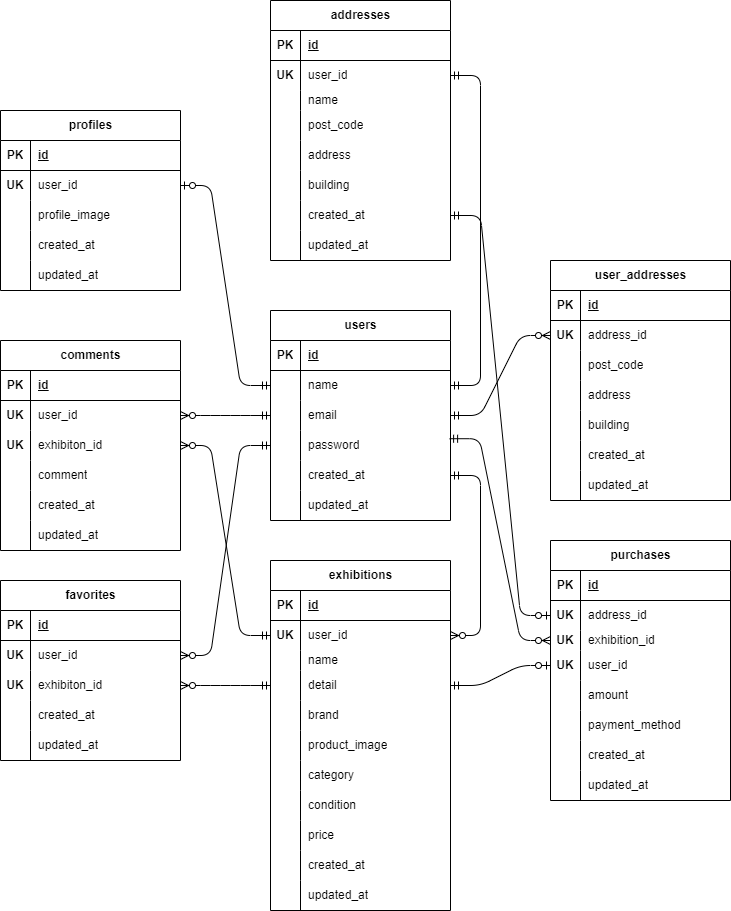
This is freemarket.drawio.png from kameda11/free-market3, a draw.io export, as it was before one commit. Source tidied: cells renumbered, new cells last; positions are measured from the earlier drawing's top-left corner, leaving out a move shared by most shapes.
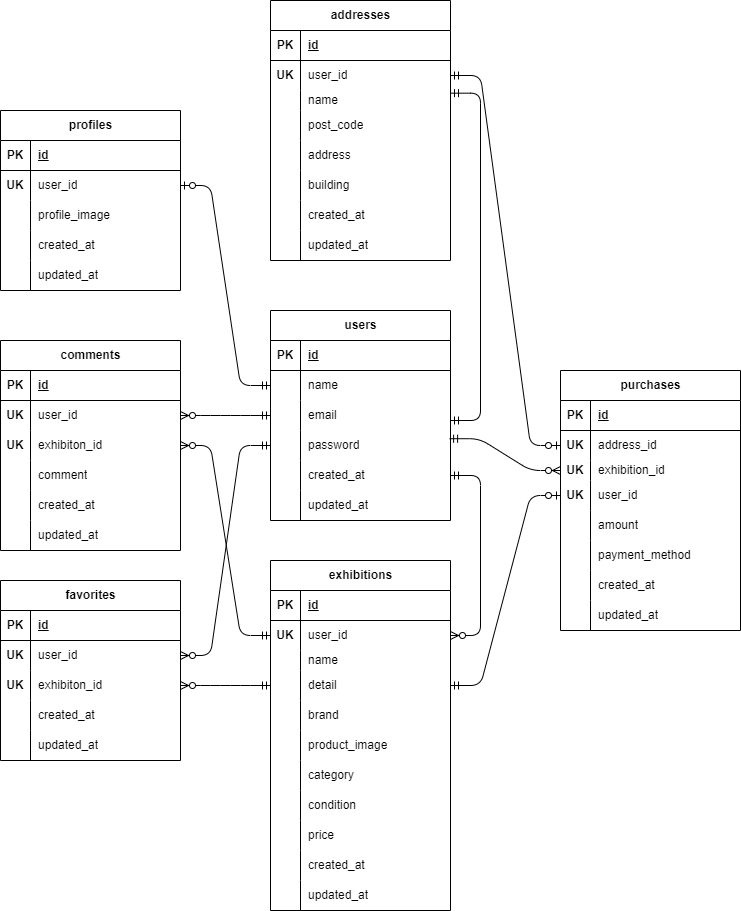
After the change.

Diff of the diagram source:
```diff
@@ -187,72 +187,6 @@
         <mxPoint x="450" y="475" as="sourcePoint" />
       </mxGeometry>
     </mxCell>
-    <mxCell id="63" value="user_addresses" style="shape=table;startSize=30;rowLines=0;fontStyle=1;align=center;html=1;" parent="1" vertex="1">
-      <mxGeometry x="550" y="260" width="180" height="240" as="geometry" />
-    </mxCell>
-    <mxCell id="64" style="shape=tableRow;horizontal=0;startSize=0;swimlaneHead=0;swimlaneBody=0;fillColor=none;top=0;left=0;right=0;bottom=1;" parent="63" vertex="1">
-      <mxGeometry y="30" width="180" height="30" as="geometry" />
-    </mxCell>
-    <mxCell id="65" value="PK" style="shape=partialRectangle;fillColor=none;top=0;left=0;bottom=0;right=0;fontStyle=1;overflow=hidden;whiteSpace=wrap;html=1;" parent="64" vertex="1">
-      <mxGeometry width="30" height="30" as="geometry" />
-    </mxCell>
-    <mxCell id="66" value="id" style="shape=partialRectangle;fillColor=none;top=0;left=0;bottom=0;right=0;align=left;spacingLeft=6;fontStyle=5;overflow=hidden;whiteSpace=wrap;html=1;" parent="64" vertex="1">
-      <mxGeometry x="30" width="150" height="30" as="geometry" />
-    </mxCell>
-    <mxCell id="67" style="shape=tableRow;horizontal=0;startSize=0;swimlaneHead=0;swimlaneBody=0;fillColor=none;points=[[0,0.5],[1,0.5]];portConstraint=eastwest;top=0;left=0;right=0;bottom=0;" parent="63" vertex="1">
-      <mxGeometry y="60" width="180" height="30" as="geometry" />
-    </mxCell>
-    <mxCell id="68" value="&lt;b&gt;UK&lt;/b&gt;" style="shape=partialRectangle;fillColor=none;top=0;left=0;bottom=0;right=0;overflow=hidden;whiteSpace=wrap;html=1;" parent="67" vertex="1">
-      <mxGeometry width="30" height="30" as="geometry" />
-    </mxCell>
-    <mxCell id="69" value="address_id" style="shape=partialRectangle;fillColor=none;top=0;left=0;bottom=0;right=0;align=left;spacingLeft=6;overflow=hidden;whiteSpace=wrap;html=1;" parent="67" vertex="1">
-      <mxGeometry x="30" width="150" height="30" as="geometry" />
-    </mxCell>
-    <mxCell id="70" style="shape=tableRow;horizontal=0;startSize=0;swimlaneHead=0;swimlaneBody=0;fillColor=none;top=0;left=0;right=0;bottom=0;" parent="63" vertex="1">
-      <mxGeometry y="90" width="180" height="30" as="geometry" />
-    </mxCell>
-    <mxCell id="71" style="shape=partialRectangle;fillColor=none;top=0;left=0;bottom=0;right=0;overflow=hidden;whiteSpace=wrap;html=1;" parent="70" vertex="1">
-      <mxGeometry width="30" height="30" as="geometry" />
-    </mxCell>
-    <mxCell id="72" value="post_code" style="shape=partialRectangle;fillColor=none;top=0;left=0;bottom=0;right=0;align=left;spacingLeft=6;overflow=hidden;whiteSpace=wrap;html=1;" parent="70" vertex="1">
-      <mxGeometry x="30" width="150" height="30" as="geometry" />
-    </mxCell>
-    <mxCell id="73" style="shape=tableRow;horizontal=0;startSize=0;swimlaneHead=0;swimlaneBody=0;fillColor=none;top=0;left=0;right=0;bottom=0;" parent="63" vertex="1">
-      <mxGeometry y="120" width="180" height="30" as="geometry" />
-    </mxCell>
-    <mxCell id="74" style="shape=partialRectangle;fillColor=none;top=0;left=0;bottom=0;right=0;overflow=hidden;whiteSpace=wrap;html=1;" parent="73" vertex="1">
-      <mxGeometry width="30" height="30" as="geometry" />
-    </mxCell>
-    <mxCell id="75" value="address" style="shape=partialRectangle;fillColor=none;top=0;left=0;bottom=0;right=0;align=left;spacingLeft=6;overflow=hidden;whiteSpace=wrap;html=1;" parent="73" vertex="1">
-      <mxGeometry x="30" width="150" height="30" as="geometry" />
-    </mxCell>
-    <mxCell id="76" style="shape=tableRow;horizontal=0;startSize=0;swimlaneHead=0;swimlaneBody=0;fillColor=none;top=0;left=0;right=0;bottom=0;" parent="63" vertex="1">
-      <mxGeometry y="150" width="180" height="30" as="geometry" />
-    </mxCell>
-    <mxCell id="77" style="shape=partialRectangle;fillColor=none;top=0;left=0;bottom=0;right=0;overflow=hidden;whiteSpace=wrap;html=1;" parent="76" vertex="1">
-      <mxGeometry width="30" height="30" as="geometry" />
-    </mxCell>
-    <mxCell id="78" value="building" style="shape=partialRectangle;fillColor=none;top=0;left=0;bottom=0;right=0;align=left;spacingLeft=6;overflow=hidden;whiteSpace=wrap;html=1;" parent="76" vertex="1">
-      <mxGeometry x="30" width="150" height="30" as="geometry" />
-    </mxCell>
-    <mxCell id="79" style="shape=tableRow;horizontal=0;startSize=0;swimlaneHead=0;swimlaneBody=0;fillColor=none;top=0;left=0;right=0;bottom=0;" parent="63" vertex="1">
-      <mxGeometry y="180" width="180" height="30" as="geometry" />
-    </mxCell>
-    <mxCell id="80" style="shape=partialRectangle;fillColor=none;top=0;left=0;bottom=0;right=0;overflow=hidden;whiteSpace=wrap;html=1;" parent="79" vertex="1">
-      <mxGeometry width="30" height="30" as="geometry" />
-    </mxCell>
-    <mxCell id="81" value="created_at" style="shape=partialRectangle;fillColor=none;top=0;left=0;bottom=0;right=0;align=left;spacingLeft=6;overflow=hidden;whiteSpace=wrap;html=1;" parent="79" vertex="1">
-      <mxGeometry x="30" width="150" height="30" as="geometry" />
-    </mxCell>
-    <mxCell id="82" style="shape=tableRow;horizontal=0;startSize=0;swimlaneHead=0;swimlaneBody=0;fillColor=none;top=0;left=0;right=0;bottom=0;" parent="63" vertex="1">
-      <mxGeometry y="210" width="180" height="30" as="geometry" />
-    </mxCell>
-    <mxCell id="83" style="shape=partialRectangle;fillColor=none;top=0;left=0;bottom=0;right=0;overflow=hidden;whiteSpace=wrap;html=1;" parent="82" vertex="1">
-      <mxGeometry width="30" height="30" as="geometry" />
-    </mxCell>
-    <mxCell id="84" value="updated_at" style="shape=partialRectangle;fillColor=none;top=0;left=0;bottom=0;right=0;align=left;spacingLeft=6;overflow=hidden;whiteSpace=wrap;html=1;" parent="82" vertex="1">
-      <mxGeometry x="30" width="150" height="30" as="geometry" />
-    </mxCell>
     <mxCell id="85" value="exhibitions" style="shape=table;startSize=30;rowLines=0;fontStyle=1;align=center;html=1;" parent="1" vertex="1">
       <mxGeometry x="270" y="560" width="180" height="350" as="geometry" />
     </mxCell>
@@ -356,7 +290,7 @@
       <mxGeometry x="30" width="150" height="30" as="geometry" />
     </mxCell>
     <mxCell id="119" value="purchases" style="shape=table;startSize=30;rowLines=0;fontStyle=1;align=center;html=1;" parent="1" vertex="1">
-      <mxGeometry x="550" y="540" width="180" height="260" as="geometry" />
+      <mxGeometry x="560" y="370" width="180" height="260" as="geometry" />
     </mxCell>
     <mxCell id="120" style="shape=tableRow;horizontal=0;startSize=0;swimlaneHead=0;swimlaneBody=0;fillColor=none;top=0;left=0;right=0;bottom=1;" parent="119" vertex="1">
       <mxGeometry y="30" width="180" height="30" as="geometry" />
@@ -538,16 +472,14 @@
     <mxCell id="179" style="edgeStyle=entityRelationEdgeStyle;fontSize=12;html=1;endArrow=ERzeroToOne;startArrow=ERmandOne;entryX=1;entryY=0.5;entryDx=0;entryDy=0;exitX=0;exitY=0.5;exitDx=0;exitDy=0;" parent="1" edge="1" source="6" target="50">
       <mxGeometry relative="1" as="geometry" />
     </mxCell>
-    <mxCell id="180" style="edgeStyle=entityRelationEdgeStyle;fontSize=12;html=1;endArrow=ERmandOne;startArrow=ERmandOne;exitX=1;exitY=0.5;exitDx=0;exitDy=0;entryX=1;entryY=0.5;entryDx=0;entryDy=0;" parent="1" edge="1" source="6" target="25">
+    <mxCell id="180" style="edgeStyle=entityRelationEdgeStyle;fontSize=12;html=1;endArrow=ERmandOne;startArrow=ERmandOne;exitX=1;exitY=0.5;exitDx=0;exitDy=0;entryX=1;entryY=1.089;entryDx=0;entryDy=0;entryPerimeter=0;" parent="1" edge="1" target="25">
       <mxGeometry relative="1" as="geometry">
+        <mxPoint x="450" y="420" as="sourcePoint" />
         <Array as="points">
-          <mxPoint x="245" y="430" />
+          <mxPoint x="245" y="465" />
         </Array>
       </mxGeometry>
     </mxCell>
-    <mxCell id="181" style="edgeStyle=entityRelationEdgeStyle;fontSize=12;html=1;endArrow=ERzeroToMany;startArrow=ERmandOne;exitX=1;exitY=0.5;exitDx=0;exitDy=0;entryX=0;entryY=0.5;entryDx=0;entryDy=0;" parent="1" edge="1" source="9" target="67">
-      <mxGeometry relative="1" as="geometry" />
-    </mxCell>
     <mxCell id="182" style="edgeStyle=entityRelationEdgeStyle;fontSize=12;html=1;endArrow=ERzeroToMany;startArrow=ERmandOne;exitX=1;exitY=0.5;exitDx=0;exitDy=0;entryX=1;entryY=0.5;entryDx=0;entryDy=0;" parent="1" edge="1" source="15" target="89">
       <mxGeometry relative="1" as="geometry" />
     </mxCell>
@@ -569,8 +501,13 @@
     <mxCell id="188" style="edgeStyle=entityRelationEdgeStyle;fontSize=12;html=1;endArrow=ERzeroToOne;startArrow=ERmandOne;exitX=1;exitY=0.5;exitDx=0;exitDy=0;entryX=0;entryY=0.5;entryDx=0;entryDy=0;" parent="1" edge="1" source="95" target="129">
       <mxGeometry relative="1" as="geometry" />
     </mxCell>
-    <mxCell id="189" style="edgeStyle=entityRelationEdgeStyle;fontSize=12;html=1;endArrow=ERzeroToOne;startArrow=ERmandOne;entryX=0;entryY=0.5;entryDx=0;entryDy=0;exitX=1;exitY=0.5;exitDx=0;exitDy=0;" parent="1" edge="1" source="40" target="123">
-      <mxGeometry relative="1" as="geometry" />
+    <mxCell id="189" style="edgeStyle=entityRelationEdgeStyle;fontSize=12;html=1;endArrow=ERzeroToOne;startArrow=ERmandOne;entryX=0;entryY=0.5;entryDx=0;entryDy=0;exitX=1;exitY=0.5;exitDx=0;exitDy=0;" parent="1" edge="1" source="25" target="123">
+      <mxGeometry relative="1" as="geometry">
+        <Array as="points">
+          <mxPoint x="550" y="380" />
+          <mxPoint x="550" y="340" />
+        </Array>
+      </mxGeometry>
     </mxCell>
   </root>
 </mxGraphModel>
```
